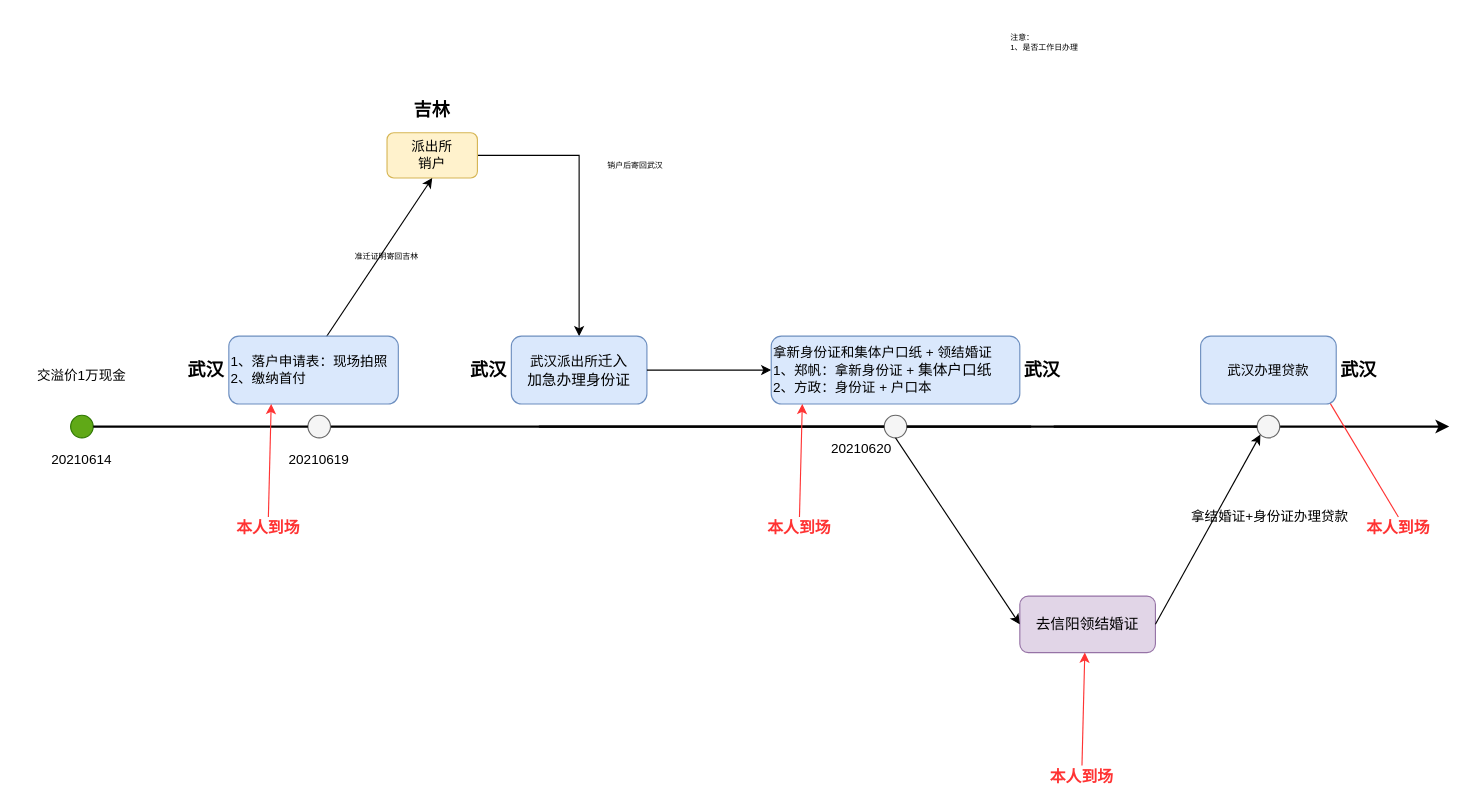
This is pet_data_warehouse/武汉房子.drawio from fangzheng0518/draw, a draw.io file, before an edit. Source tidied: cells renumbered, new cells numbered last; positions are measured from the earlier drawing's top-left corner, leaving out a move shared by most shapes. Both pictures are drawn from the tidied source at 113%, with x=0, y=0 at pixel (19, 19).
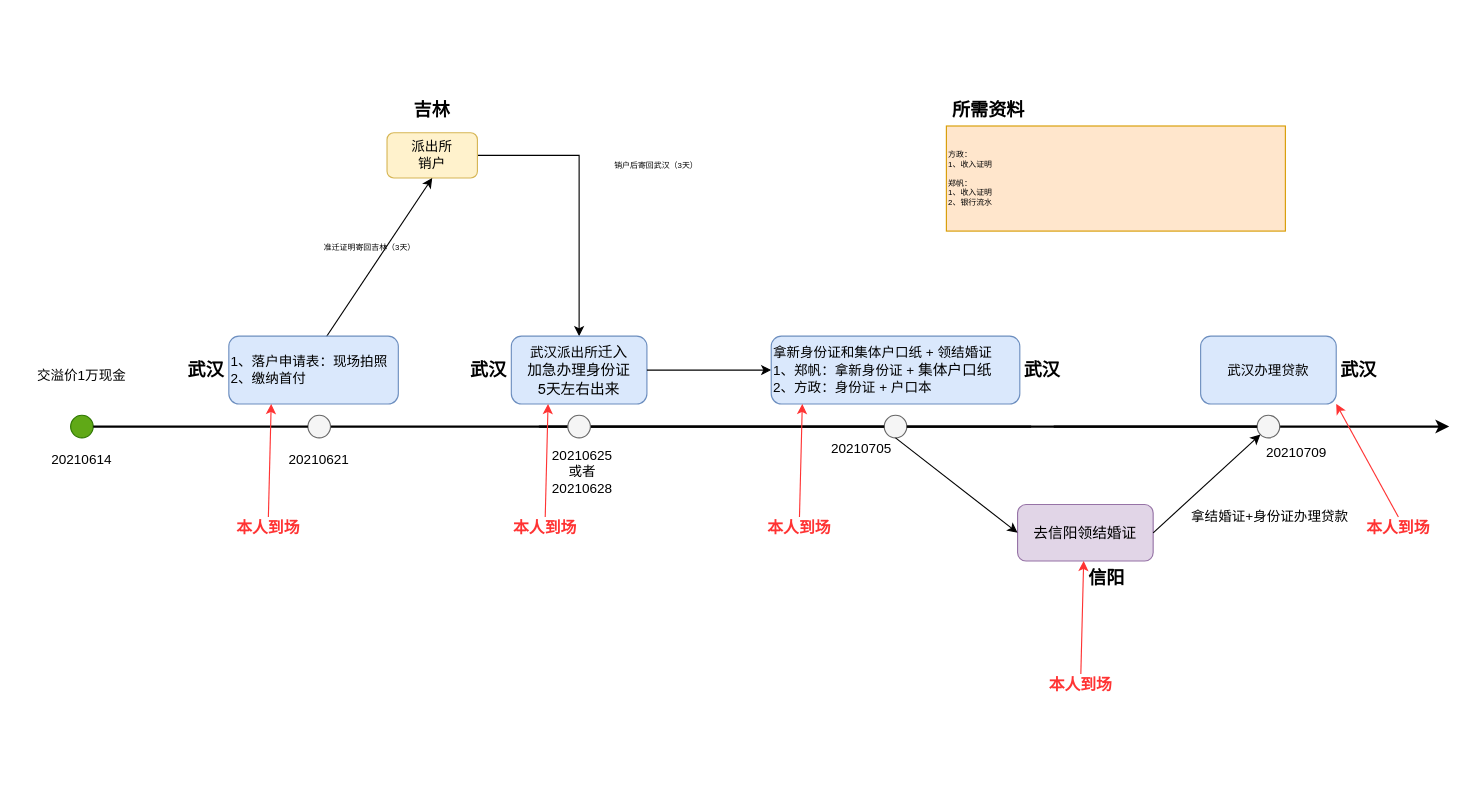
The same diagram, later.

Commit message:
更新武汉房子.drawio

The change refers to these unchanged cells:
```xml
<mxCell id="35" value="&lt;font color=&quot;#ff3333&quot; size=&quot;1&quot;&gt;&lt;b style=&quot;font-size: 14px&quot;&gt;本人到场&lt;/b&gt;&lt;/font&gt;" style="text;html=1;strokeColor=none;fillColor=none;align=center;verticalAlign=middle;whiteSpace=wrap;rounded=0;fontSize=7;" parent="1" vertex="1">
  <mxGeometry x="1185" y="440" width="70" height="20" as="geometry" />
</mxCell>
<mxCell id="40" value="&lt;span style=&quot;text-align: left&quot;&gt;武汉办理贷款&lt;/span&gt;&lt;span style=&quot;font-family: &amp;#34;helvetica neue&amp;#34; ; font-size: 13px&quot;&gt;&lt;br&gt;&lt;/span&gt;" style="whiteSpace=wrap;html=1;rounded=1;fillColor=#dae8fc;strokeColor=#6c8ebf;" parent="1" vertex="1">
  <mxGeometry x="1045" y="280" width="120" height="60" as="geometry" />
</mxCell>
```

What changed in the source:
```diff
@@
-    <mxCell id="6" value="20210619" style="text;html=1;strokeColor=none;fillColor=none;align=center;verticalAlign=middle;whiteSpace=wrap;rounded=0;" parent="1" vertex="1">
+    <mxCell id="6" value="20210621" style="text;html=1;strokeColor=none;fillColor=none;align=center;verticalAlign=middle;whiteSpace=wrap;rounded=0;" parent="1" vertex="1">
       <mxGeometry x="245" y="380" width="40" height="20" as="geometry" />
     </mxCell>
@@
-    <mxCell id="10" value="准迁证明寄回吉林" style="text;html=1;strokeColor=none;fillColor=none;align=center;verticalAlign=middle;whiteSpace=wrap;rounded=0;fontSize=7;" parent="1" vertex="1">
-      <mxGeometry x="265" y="200" width="120" height="20" as="geometry" />
+    <mxCell id="10" value="准迁证明寄回吉林（3天）" style="text;html=1;strokeColor=none;fillColor=none;align=center;verticalAlign=middle;whiteSpace=wrap;rounded=0;fontSize=7;" parent="1" vertex="1">
+      <mxGeometry x="235" y="192" width="150" height="20" as="geometry" />
     </mxCell>
@@
-    <mxCell id="13" value="武汉派出所&lt;span style=&quot;font-family: &amp;#34;helvetica neue&amp;#34; ; font-size: 13px&quot;&gt;迁入&lt;br&gt;加急办理身份证&lt;br&gt;&lt;/span&gt;" style="whiteSpace=wrap;html=1;rounded=1;fillColor=#dae8fc;strokeColor=#6c8ebf;" parent="1" vertex="1">
+    <mxCell id="13" value="武汉派出所&lt;span style=&quot;font-family: &amp;#34;helvetica neue&amp;#34; ; font-size: 13px&quot;&gt;迁入&lt;br&gt;加急办理身份证&lt;br&gt;5天左右出来&lt;br&gt;&lt;/span&gt;" style="whiteSpace=wrap;html=1;rounded=1;fillColor=#dae8fc;strokeColor=#6c8ebf;" parent="1" vertex="1">
       <mxGeometry x="435" y="280" width="120" height="60" as="geometry" />
     </mxCell>
@@
     <mxCell id="17" value="&lt;span style=&quot;font-family: &amp;#34;helvetica neue&amp;#34; ; font-size: 13px&quot;&gt;去信阳领结婚证&lt;br&gt;&lt;/span&gt;" style="whiteSpace=wrap;html=1;rounded=1;fillColor=#e1d5e7;strokeColor=#9673a6;" parent="1" vertex="1">
-      <mxGeometry x="885" y="510" width="120" height="50" as="geometry" />
+      <mxGeometry x="883" y="429" width="120" height="50" as="geometry" />
     </mxCell>
@@
-    <mxCell id="21" value="销户后寄回武汉" style="text;html=1;strokeColor=none;fillColor=none;align=center;verticalAlign=middle;whiteSpace=wrap;rounded=0;fontSize=7;" parent="1" vertex="1">
-      <mxGeometry x="485" y="120" width="120" height="20" as="geometry" />
+    <mxCell id="21" value="销户后寄回武汉（3天）" style="text;html=1;strokeColor=none;fillColor=none;align=center;verticalAlign=middle;whiteSpace=wrap;rounded=0;fontSize=7;" parent="1" vertex="1">
+      <mxGeometry x="491" y="120" width="145" height="20" as="geometry" />
     </mxCell>
-    <mxCell id="22" value="20210620" style="text;html=1;strokeColor=none;fillColor=none;align=center;verticalAlign=middle;whiteSpace=wrap;rounded=0;" parent="1" vertex="1">
+    <mxCell id="22" value="20210705" style="text;html=1;strokeColor=none;fillColor=none;align=center;verticalAlign=middle;whiteSpace=wrap;rounded=0;" parent="1" vertex="1">
       <mxGeometry x="725" y="370" width="40" height="20" as="geometry" />
     </mxCell>
@@
     <mxCell id="33" value="&lt;font color=&quot;#ff3333&quot; size=&quot;1&quot;&gt;&lt;b style=&quot;font-size: 14px&quot;&gt;本人到场&lt;/b&gt;&lt;/font&gt;" style="text;html=1;strokeColor=none;fillColor=none;align=center;verticalAlign=middle;whiteSpace=wrap;rounded=0;fontSize=7;" parent="1" vertex="1">
-      <mxGeometry x="905" y="660" width="70" height="20" as="geometry" />
+      <mxGeometry x="904" y="579" width="70" height="20" as="geometry" />
     </mxCell>
     <mxCell id="34" style="endArrow=classic;html=1;fontSize=7;strokeWidth=1;entryX=0.25;entryY=1;entryDx=0;entryDy=0;exitX=0.5;exitY=0;exitDx=0;exitDy=0;strokeColor=#FF3333;" parent="1" edge="1" source="33">
       <mxGeometry relative="1" as="geometry">
-        <mxPoint x="942.5" y="560" as="targetPoint" />
+        <mxPoint x="941.5" y="479" as="targetPoint" />
       </mxGeometry>
     </mxCell>
@@
-    <mxCell id="36" style="endArrow=classic;html=1;fontSize=7;strokeWidth=1;entryX=1;entryY=0.5;entryDx=0;entryDy=0;exitX=0.5;exitY=0;exitDx=0;exitDy=0;strokeColor=#FF3333;" parent="1" edge="1" source="35">
-      <mxGeometry relative="1" as="geometry">
-        <mxPoint x="1145" y="315" as="targetPoint" />
-      </mxGeometry>
+    <mxCell id="36" style="endArrow=classic;html=1;fontSize=7;strokeWidth=1;entryX=1;entryY=1;entryDx=0;entryDy=0;exitX=0.5;exitY=0;exitDx=0;exitDy=0;strokeColor=#FF3333;" parent="1" edge="1" source="35" target="40">
+      <mxGeometry relative="1" as="geometry" />
     </mxCell>
@@
-    <mxCell id="42" value="注意：&lt;br&gt;1、是否工作日办理" style="text;html=1;strokeColor=none;fillColor=none;align=left;verticalAlign=middle;whiteSpace=wrap;rounded=0;fontSize=7;" parent="1" vertex="1">
-      <mxGeometry x="875" width="300" height="40" as="geometry" />
+    <mxCell id="42" value="方政：&lt;br&gt;1、收入证明&lt;br&gt;&lt;br&gt;郑帆：&lt;br&gt;1、收入证明&lt;br&gt;2、银行流水" style="text;html=1;strokeColor=#d79b00;fillColor=#ffe6cc;align=left;verticalAlign=middle;whiteSpace=wrap;rounded=0;fontSize=7;" parent="1" vertex="1">
+      <mxGeometry x="820" y="94" width="300" height="93" as="geometry" />
     </mxCell>
+    <mxCell id="43" value="&lt;font style=&quot;font-size: 16px&quot;&gt;&lt;b&gt;信阳&lt;/b&gt;&lt;/font&gt;" style="text;html=1;strokeColor=none;fillColor=none;align=center;verticalAlign=middle;whiteSpace=wrap;rounded=0;fontSize=7;" parent="1" vertex="1">
+      <mxGeometry x="942" y="484" width="40" height="20" as="geometry" />
+    </mxCell>
+    <mxCell id="44" value="20210709" style="text;html=1;strokeColor=none;fillColor=none;align=center;verticalAlign=middle;whiteSpace=wrap;rounded=0;" parent="1" vertex="1">
+      <mxGeometry x="1110" y="373" width="40" height="20" as="geometry" />
+    </mxCell>
+    <mxCell id="45" value="20210625或者20210628" style="text;html=1;strokeColor=none;fillColor=none;align=center;verticalAlign=middle;whiteSpace=wrap;rounded=0;" parent="1" vertex="1">
+      <mxGeometry x="478" y="390" width="40" height="20" as="geometry" />
+    </mxCell>
+    <mxCell id="46" style="ellipse;whiteSpace=wrap;html=1;fillColor=#f5f5f5;strokeColor=#666666;fontColor=#333333;" parent="1" vertex="1">
+      <mxGeometry x="485" y="350" width="20" height="20" as="geometry" />
+    </mxCell>
+    <mxCell id="47" style="edgeStyle=orthogonalEdgeStyle;rounded=0;orthogonalLoop=1;jettySize=auto;html=1;exitX=0.5;exitY=1;exitDx=0;exitDy=0;fontSize=7;strokeColor=#FF3333;strokeWidth=1;" parent="1" edge="1" source="45" target="45">
+      <mxGeometry relative="1" as="geometry" />
+    </mxCell>
+    <mxCell id="48" value="&lt;font color=&quot;#ff3333&quot; size=&quot;1&quot;&gt;&lt;b style=&quot;font-size: 14px&quot;&gt;本人到场&lt;/b&gt;&lt;/font&gt;" style="text;html=1;strokeColor=none;fillColor=none;align=center;verticalAlign=middle;whiteSpace=wrap;rounded=0;fontSize=7;" parent="1" vertex="1">
+      <mxGeometry x="430" y="440" width="70" height="20" as="geometry" />
+    </mxCell>
+    <mxCell id="49" style="endArrow=classic;html=1;fontSize=7;strokeWidth=1;entryX=0.25;entryY=1;entryDx=0;entryDy=0;exitX=0.5;exitY=0;exitDx=0;exitDy=0;strokeColor=#FF3333;" parent="1" edge="1" source="48">
+      <mxGeometry relative="1" as="geometry">
+        <mxPoint x="467.5" y="340" as="targetPoint" />
+      </mxGeometry>
+    </mxCell>
+    <mxCell id="50" value="&lt;span style=&quot;font-size: 16px&quot;&gt;&lt;b&gt;所需资料&lt;/b&gt;&lt;/span&gt;" style="text;html=1;strokeColor=none;fillColor=none;align=center;verticalAlign=middle;whiteSpace=wrap;rounded=0;fontSize=7;" parent="1" vertex="1">
+      <mxGeometry x="820" y="70" width="75" height="20" as="geometry" />
+    </mxCell>
```
